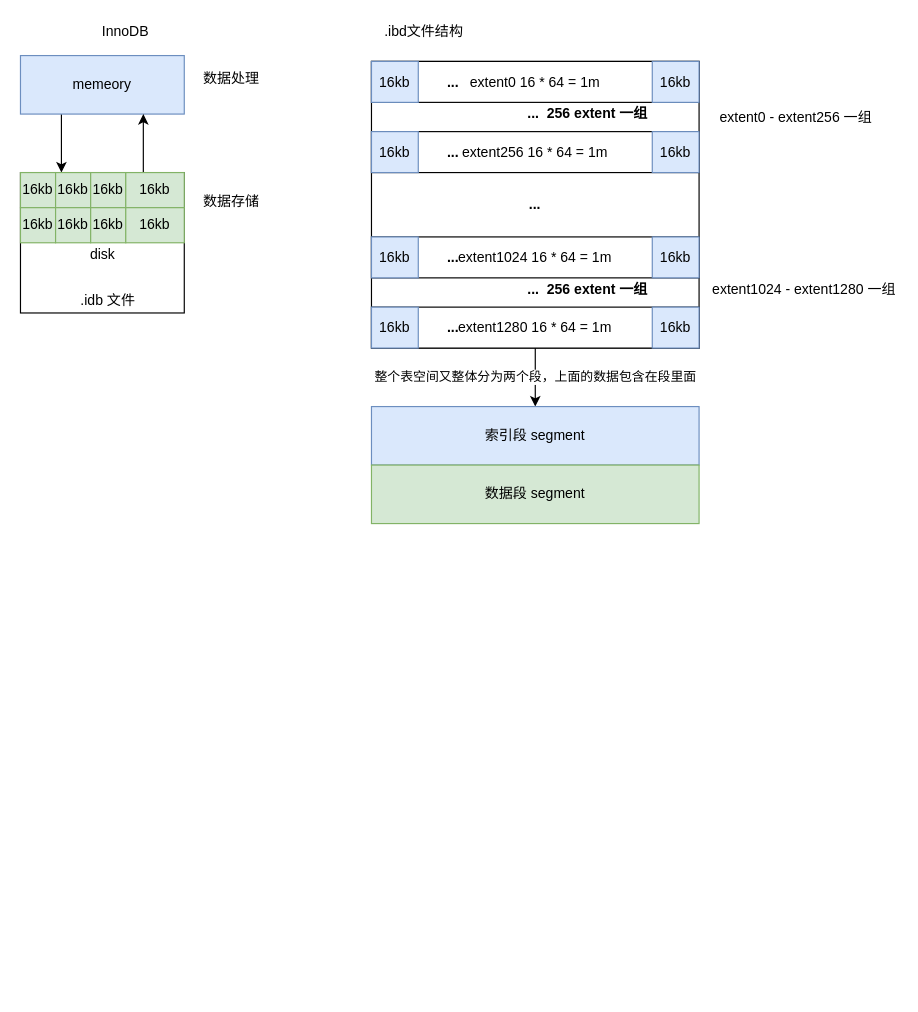
Above: Mysql/Mysql.drawio in oliverschen/draw.io (draw.io), before the change. Source tidied: cells renumbered, new cells numbered last; positions are measured from the earlier drawing's top-left corner, leaving out a move shared by most shapes. Both pictures are drawn from the tidied source at 117%, with x=0, y=0 at pixel (20, 20).
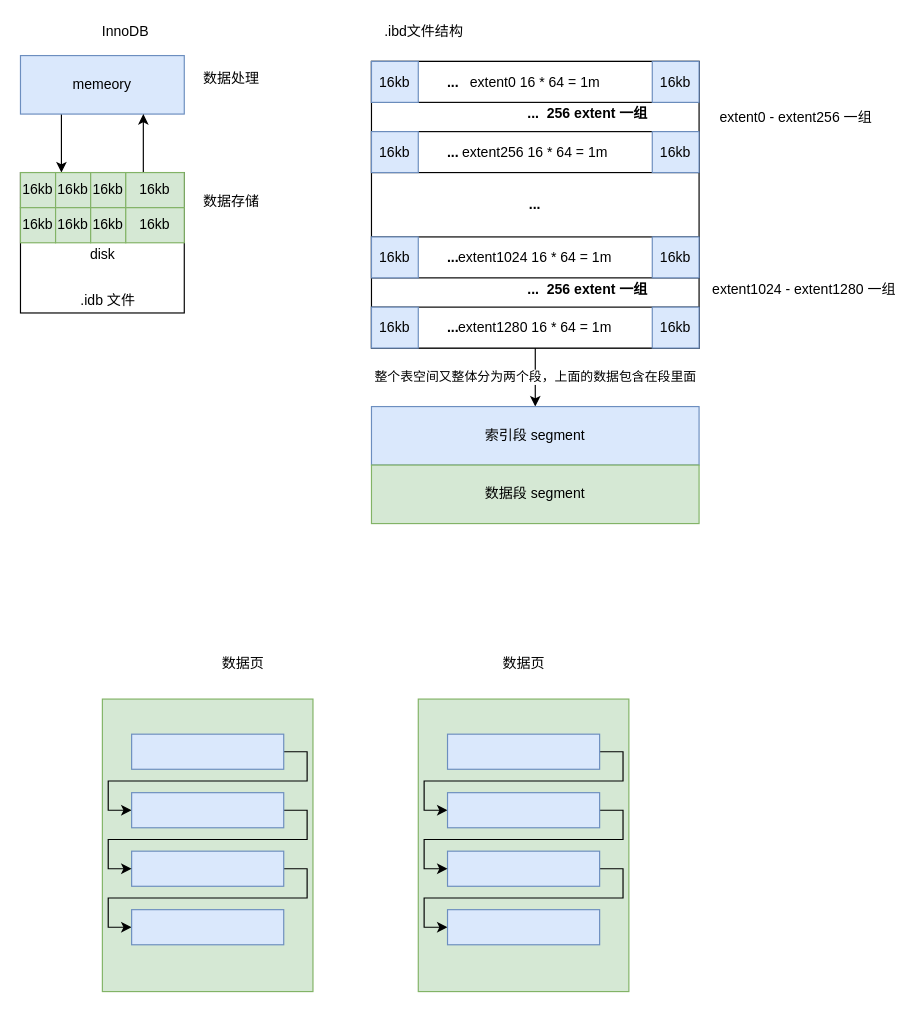
After the change.

Commit message:
数据页和数据记录

Change to the diagram source:
```diff
@@
+    <mxCell id="46" style="rounded=0;whiteSpace=wrap;html=1;fillColor=#d5e8d4;strokeColor=#82b366;" parent="1" vertex="1">
+      <mxGeometry x="70" y="580" width="180" height="250" as="geometry" />
+    </mxCell>
+    <mxCell id="47" style="edgeStyle=orthogonalEdgeStyle;rounded=0;jettySize=auto;html=1;entryX=0;entryY=0.5;entryDx=0;entryDy=0;exitX=1;exitY=0.5;exitDx=0;exitDy=0;" parent="1" edge="1" source="48" target="52">
+      <mxGeometry relative="1" as="geometry">
+        <Array as="points">
+          <mxPoint x="245" y="625" />
+          <mxPoint x="245" y="650" />
+          <mxPoint x="75" y="650" />
+          <mxPoint x="75" y="675" />
+        </Array>
+      </mxGeometry>
+    </mxCell>
+    <mxCell id="48" style="rounded=0;whiteSpace=wrap;html=1;fillColor=#dae8fc;strokeColor=#6c8ebf;" parent="1" vertex="1">
+      <mxGeometry x="95" y="610" width="130" height="30" as="geometry" />
+    </mxCell>
+    <mxCell id="49" style="edgeStyle=orthogonalEdgeStyle;rounded=0;jettySize=auto;html=1;entryX=0;entryY=0.5;entryDx=0;entryDy=0;exitX=1;exitY=0.5;exitDx=0;exitDy=0;" parent="1" edge="1" source="50" target="53">
+      <mxGeometry relative="1" as="geometry">
+        <Array as="points">
+          <mxPoint x="245" y="725" />
+          <mxPoint x="245" y="750" />
+          <mxPoint x="75" y="750" />
+          <mxPoint x="75" y="775" />
+        </Array>
+      </mxGeometry>
+    </mxCell>
+    <mxCell id="50" style="rounded=0;whiteSpace=wrap;html=1;fillColor=#dae8fc;strokeColor=#6c8ebf;" parent="1" vertex="1">
+      <mxGeometry x="95" y="710" width="130" height="30" as="geometry" />
+    </mxCell>
+    <mxCell id="51" style="edgeStyle=orthogonalEdgeStyle;rounded=0;jettySize=auto;html=1;entryX=0;entryY=0.5;entryDx=0;entryDy=0;exitX=1;exitY=0.5;exitDx=0;exitDy=0;" parent="1" edge="1" source="52" target="50">
+      <mxGeometry relative="1" as="geometry">
+        <Array as="points">
+          <mxPoint x="245" y="675" />
+          <mxPoint x="245" y="700" />
+          <mxPoint x="75" y="700" />
+          <mxPoint x="75" y="725" />
+        </Array>
+      </mxGeometry>
+    </mxCell>
+    <mxCell id="52" style="rounded=0;whiteSpace=wrap;html=1;fillColor=#dae8fc;strokeColor=#6c8ebf;" parent="1" vertex="1">
+      <mxGeometry x="95" y="660" width="130" height="30" as="geometry" />
+    </mxCell>
+    <mxCell id="53" style="rounded=0;whiteSpace=wrap;html=1;fillColor=#dae8fc;strokeColor=#6c8ebf;" parent="1" vertex="1">
+      <mxGeometry x="95" y="760" width="130" height="30" as="geometry" />
+    </mxCell>
+    <mxCell id="54" style="rounded=0;whiteSpace=wrap;html=1;fillColor=#d5e8d4;strokeColor=#82b366;" parent="1" vertex="1">
+      <mxGeometry x="340" y="580" width="180" height="250" as="geometry" />
+    </mxCell>
+    <mxCell id="55" value="数据页" style="text;html=1;align=center;verticalAlign=middle;strokeColor=none;" parent="1" vertex="1">
+      <mxGeometry x="165" y="540" width="50" height="20" as="geometry" />
+    </mxCell>
+    <mxCell id="56" value="数据页" style="text;html=1;align=center;verticalAlign=middle;strokeColor=none;" parent="1" vertex="1">
+      <mxGeometry x="405" y="540" width="50" height="20" as="geometry" />
+    </mxCell>
+    <mxCell id="57" style="edgeStyle=orthogonalEdgeStyle;rounded=0;jettySize=auto;html=1;entryX=0;entryY=0.5;entryDx=0;entryDy=0;exitX=1;exitY=0.5;exitDx=0;exitDy=0;" parent="1" edge="1" source="58" target="62">
+      <mxGeometry relative="1" as="geometry">
+        <Array as="points">
+          <mxPoint x="515" y="625" />
+          <mxPoint x="515" y="650" />
+          <mxPoint x="345" y="650" />
+          <mxPoint x="345" y="675" />
+        </Array>
+      </mxGeometry>
+    </mxCell>
+    <mxCell id="58" style="rounded=0;whiteSpace=wrap;html=1;fillColor=#dae8fc;strokeColor=#6c8ebf;" parent="1" vertex="1">
+      <mxGeometry x="365" y="610" width="130" height="30" as="geometry" />
+    </mxCell>
+    <mxCell id="59" style="edgeStyle=orthogonalEdgeStyle;rounded=0;jettySize=auto;html=1;entryX=0;entryY=0.5;entryDx=0;entryDy=0;exitX=1;exitY=0.5;exitDx=0;exitDy=0;" parent="1" edge="1" source="60" target="63">
+      <mxGeometry relative="1" as="geometry">
+        <Array as="points">
+          <mxPoint x="515" y="725" />
+          <mxPoint x="515" y="750" />
+          <mxPoint x="345" y="750" />
+          <mxPoint x="345" y="775" />
+        </Array>
+      </mxGeometry>
+    </mxCell>
+    <mxCell id="60" style="rounded=0;whiteSpace=wrap;html=1;fillColor=#dae8fc;strokeColor=#6c8ebf;" parent="1" vertex="1">
+      <mxGeometry x="365" y="710" width="130" height="30" as="geometry" />
+    </mxCell>
+    <mxCell id="61" style="edgeStyle=orthogonalEdgeStyle;rounded=0;jettySize=auto;html=1;entryX=0;entryY=0.5;entryDx=0;entryDy=0;exitX=1;exitY=0.5;exitDx=0;exitDy=0;" parent="1" edge="1" source="62" target="60">
+      <mxGeometry relative="1" as="geometry">
+        <Array as="points">
+          <mxPoint x="515" y="675" />
+          <mxPoint x="515" y="700" />
+          <mxPoint x="345" y="700" />
+          <mxPoint x="345" y="725" />
+        </Array>
+      </mxGeometry>
+    </mxCell>
+    <mxCell id="62" style="rounded=0;whiteSpace=wrap;html=1;fillColor=#dae8fc;strokeColor=#6c8ebf;" parent="1" vertex="1">
+      <mxGeometry x="365" y="660" width="130" height="30" as="geometry" />
+    </mxCell>
+    <mxCell id="63" style="rounded=0;whiteSpace=wrap;html=1;fillColor=#dae8fc;strokeColor=#6c8ebf;" parent="1" vertex="1">
+      <mxGeometry x="365" y="760" width="130" height="30" as="geometry" />
+    </mxCell>
```
